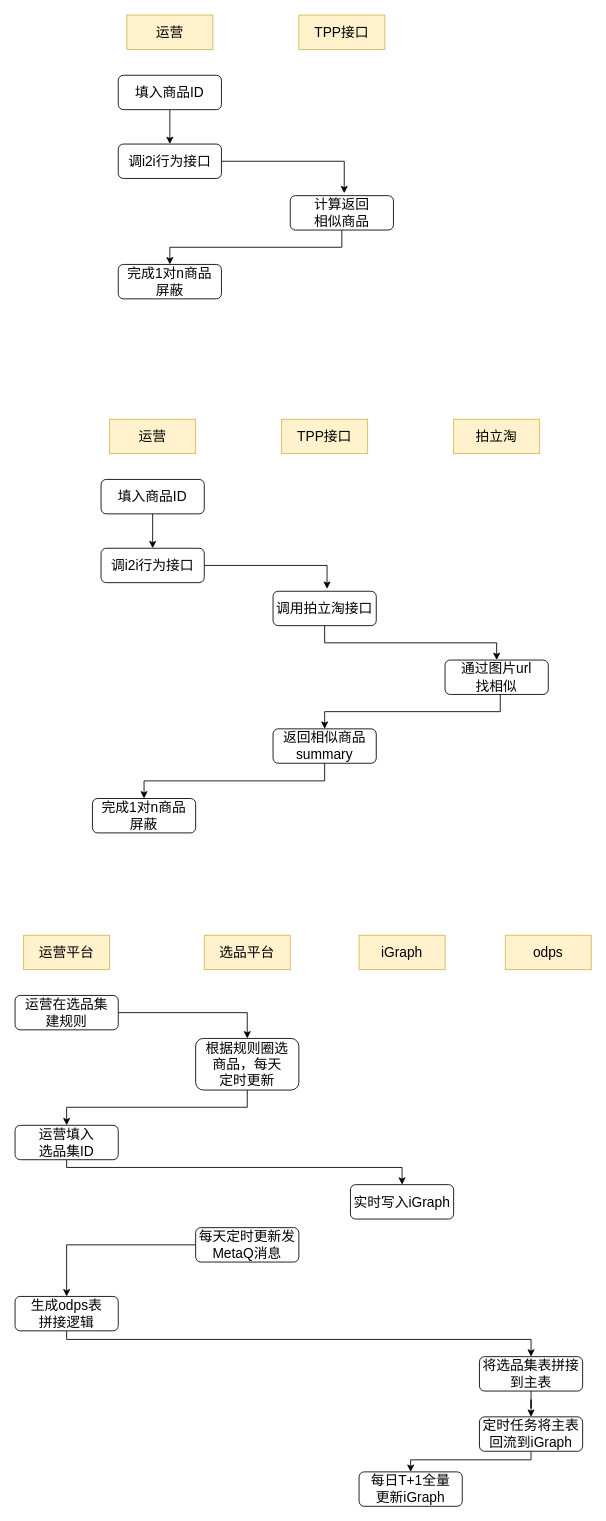
The draw.io diagram Untitled Diagram.drawio in ElioCode/gitxuexi, before the edit. Source tidied: cells renumbered, new cells numbered last; positions are measured from the earlier drawing's top-left corner, leaving out a move shared by most shapes. Both pictures are drawn from the tidied source at 86%, with x=0, y=0 at pixel (15, 15).
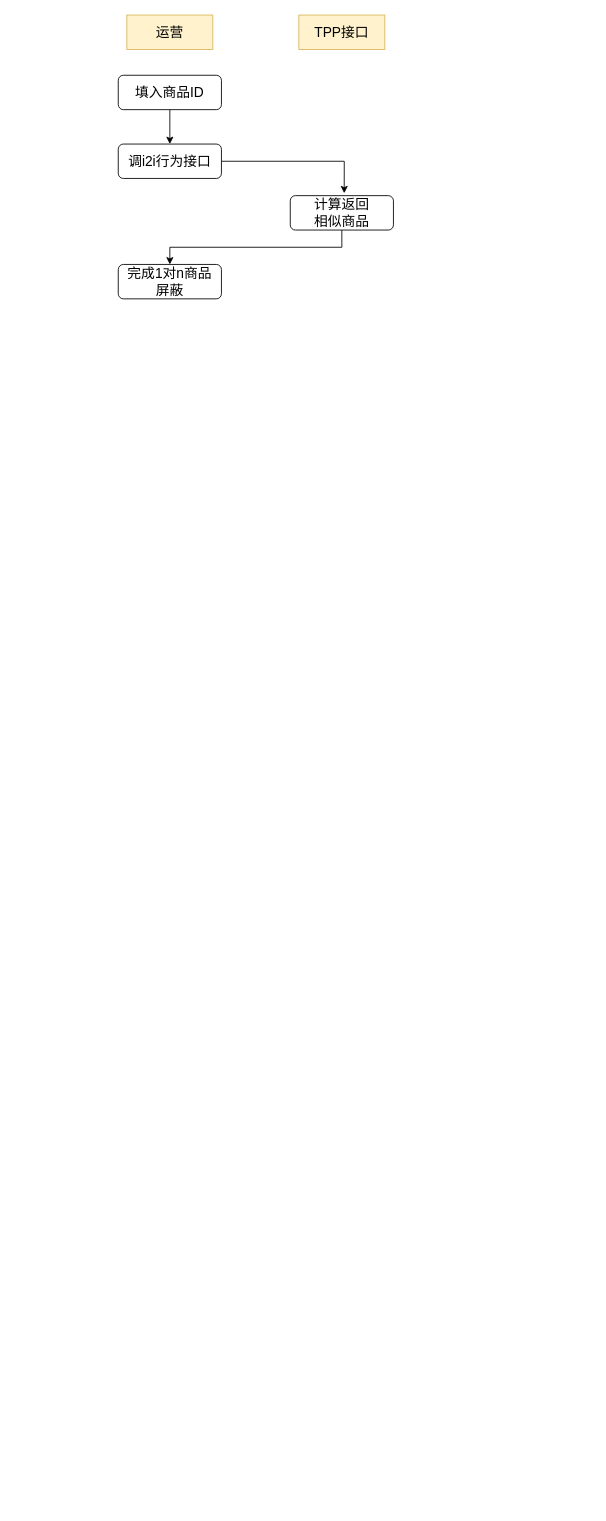
The same diagram, later.

Diff of the diagram source:
```diff
@@
-    <mxCell id="11" value="&lt;font style=&quot;font-size: 16px&quot;&gt;拍立淘&lt;/font&gt;" style="rounded=0;whiteSpace=wrap;html=1;fillColor=#fff2cc;strokeColor=#d6b656;" parent="1" vertex="1">
-      <mxGeometry x="510" y="470" width="100" height="40" as="geometry" />
-    </mxCell>
-    <mxCell id="12" style="edgeStyle=orthogonalEdgeStyle;rounded=0;jettySize=auto;html=1;exitX=0.5;exitY=1;exitDx=0;exitDy=0;entryX=0.5;entryY=0;entryDx=0;entryDy=0;" parent="1" edge="1" source="13" target="15">
-      <mxGeometry relative="1" as="geometry" />
-    </mxCell>
-    <mxCell id="13" value="&lt;font style=&quot;font-size: 16px&quot;&gt;填入商品ID&lt;/font&gt;" style="rounded=1;whiteSpace=wrap;html=1;fontSize=12;glass=0;strokeWidth=1;shadow=0;" parent="1" vertex="1">
-      <mxGeometry x="100" y="540" width="120" height="40" as="geometry" />
-    </mxCell>
-    <mxCell id="14" style="edgeStyle=orthogonalEdgeStyle;rounded=0;jettySize=auto;html=1;entryX=0.523;entryY=-0.07;entryDx=0;entryDy=0;entryPerimeter=0;" parent="1" edge="1" source="15" target="19">
-      <mxGeometry relative="1" as="geometry" />
-    </mxCell>
-    <mxCell id="15" value="&lt;font style=&quot;font-size: 16px&quot;&gt;调i2i行为接口&lt;/font&gt;" style="rounded=1;whiteSpace=wrap;html=1;fontSize=12;glass=0;strokeWidth=1;shadow=0;" parent="1" vertex="1">
-      <mxGeometry x="100" y="620" width="120" height="40" as="geometry" />
-    </mxCell>
-    <mxCell id="16" value="&lt;font style=&quot;font-size: 16px&quot;&gt;运营&lt;/font&gt;" style="rounded=0;whiteSpace=wrap;html=1;fillColor=#fff2cc;strokeColor=#d6b656;" parent="1" vertex="1">
-      <mxGeometry x="110" y="470" width="100" height="40" as="geometry" />
-    </mxCell>
-    <mxCell id="17" value="&lt;font style=&quot;font-size: 16px&quot;&gt;TPP接口&lt;/font&gt;" style="rounded=0;whiteSpace=wrap;html=1;fillColor=#fff2cc;strokeColor=#d6b656;" parent="1" vertex="1">
-      <mxGeometry x="310" y="470" width="100" height="40" as="geometry" />
-    </mxCell>
-    <mxCell id="18" style="edgeStyle=orthogonalEdgeStyle;rounded=0;jettySize=auto;html=1;exitX=0.5;exitY=1;exitDx=0;exitDy=0;" parent="1" edge="1" source="19" target="21">
-      <mxGeometry relative="1" as="geometry" />
-    </mxCell>
-    <mxCell id="19" value="&lt;span style=&quot;font-size: 16px&quot;&gt;调用拍立淘接口&lt;/span&gt;" style="rounded=1;whiteSpace=wrap;html=1;fontSize=12;glass=0;strokeWidth=1;shadow=0;" parent="1" vertex="1">
-      <mxGeometry x="300" y="670" width="120" height="40" as="geometry" />
-    </mxCell>
-    <mxCell id="20" style="edgeStyle=orthogonalEdgeStyle;rounded=0;jettySize=auto;html=1;entryX=0.5;entryY=0;entryDx=0;entryDy=0;exitX=0.535;exitY=0.989;exitDx=0;exitDy=0;exitPerimeter=0;" parent="1" edge="1" source="21" target="23">
-      <mxGeometry relative="1" as="geometry">
-        <Array as="points">
-          <mxPoint x="564" y="810" />
-          <mxPoint x="360" y="810" />
-        </Array>
-      </mxGeometry>
-    </mxCell>
-    <mxCell id="21" value="&lt;span style=&quot;font-size: 16px&quot;&gt;通过图片url&lt;br&gt;找相似&lt;/span&gt;" style="rounded=1;whiteSpace=wrap;html=1;fontSize=12;glass=0;strokeWidth=1;shadow=0;" parent="1" vertex="1">
-      <mxGeometry x="500" y="750" width="120" height="40" as="geometry" />
-    </mxCell>
-    <mxCell id="22" style="edgeStyle=orthogonalEdgeStyle;rounded=0;jettySize=auto;html=1;exitX=0.5;exitY=1;exitDx=0;exitDy=0;" parent="1" edge="1" source="23" target="24">
-      <mxGeometry relative="1" as="geometry" />
-    </mxCell>
-    <mxCell id="23" value="&lt;span style=&quot;font-size: 16px&quot;&gt;返回相似商品summary&lt;/span&gt;" style="rounded=1;whiteSpace=wrap;html=1;fontSize=12;glass=0;strokeWidth=1;shadow=0;" parent="1" vertex="1">
-      <mxGeometry x="300" y="830" width="120" height="40" as="geometry" />
-    </mxCell>
-    <mxCell id="24" value="&lt;span style=&quot;font-size: 16px&quot;&gt;完成1对n商品&lt;/span&gt;&lt;br style=&quot;font-size: 16px&quot;&gt;&lt;span style=&quot;font-size: 16px&quot;&gt;屏蔽&lt;/span&gt;" style="rounded=1;whiteSpace=wrap;html=1;fontSize=12;glass=0;strokeWidth=1;shadow=0;" parent="1" vertex="1">
-      <mxGeometry x="90" y="911" width="120" height="40" as="geometry" />
-    </mxCell>
-    <mxCell id="25" value="&lt;font style=&quot;font-size: 16px&quot;&gt;选品平台&lt;/font&gt;" style="rounded=0;whiteSpace=wrap;html=1;fillColor=#fff2cc;strokeColor=#d6b656;" parent="1" vertex="1">
-      <mxGeometry x="220" y="1070" width="100" height="40" as="geometry" />
-    </mxCell>
-    <mxCell id="26" style="edgeStyle=orthogonalEdgeStyle;rounded=0;jettySize=auto;html=1;" parent="1" edge="1" source="27" target="30">
-      <mxGeometry relative="1" as="geometry" />
-    </mxCell>
-    <mxCell id="27" value="&lt;span style=&quot;font-size: 16px&quot;&gt;运营在选品集&lt;br&gt;建规则&lt;/span&gt;" style="rounded=1;whiteSpace=wrap;html=1;fontSize=12;glass=0;strokeWidth=1;shadow=0;" parent="1" vertex="1">
-      <mxGeometry y="1140" width="120" height="40" as="geometry" />
-    </mxCell>
-    <mxCell id="28" value="&lt;font style=&quot;font-size: 16px&quot;&gt;运营平台&lt;/font&gt;" style="rounded=0;whiteSpace=wrap;html=1;fillColor=#fff2cc;strokeColor=#d6b656;" parent="1" vertex="1">
-      <mxGeometry x="10" y="1070" width="100" height="40" as="geometry" />
-    </mxCell>
-    <mxCell id="29" style="edgeStyle=orthogonalEdgeStyle;rounded=0;jettySize=auto;html=1;" parent="1" edge="1" source="30" target="32">
-      <mxGeometry relative="1" as="geometry">
-        <Array as="points">
-          <mxPoint x="270" y="1270" />
-          <mxPoint x="60" y="1270" />
-        </Array>
-      </mxGeometry>
-    </mxCell>
-    <mxCell id="30" value="&lt;font style=&quot;font-size: 16px&quot;&gt;根据规则圈选&lt;br&gt;商品，每天&lt;br&gt;定时更新&lt;/font&gt;" style="rounded=1;whiteSpace=wrap;html=1;fontSize=12;glass=0;strokeWidth=1;shadow=0;" parent="1" vertex="1">
-      <mxGeometry x="210" y="1190" width="120" height="60" as="geometry" />
-    </mxCell>
-    <mxCell id="31" style="edgeStyle=orthogonalEdgeStyle;rounded=0;jettySize=auto;html=1;" parent="1" edge="1" source="32" target="35">
-      <mxGeometry relative="1" as="geometry">
-        <Array as="points">
-          <mxPoint x="60" y="1340" />
-          <mxPoint x="450" y="1340" />
-        </Array>
-      </mxGeometry>
-    </mxCell>
-    <mxCell id="32" value="&lt;span style=&quot;font-size: 16px&quot;&gt;运营填入&lt;br&gt;选品集ID&lt;/span&gt;" style="rounded=1;whiteSpace=wrap;html=1;fontSize=12;glass=0;strokeWidth=1;shadow=0;" parent="1" vertex="1">
-      <mxGeometry y="1291" width="120" height="40" as="geometry" />
-    </mxCell>
-    <mxCell id="33" value="&lt;font style=&quot;font-size: 16px&quot;&gt;iGraph&lt;/font&gt;" style="rounded=0;whiteSpace=wrap;html=1;fillColor=#fff2cc;strokeColor=#d6b656;" parent="1" vertex="1">
-      <mxGeometry x="400" y="1070" width="100" height="40" as="geometry" />
-    </mxCell>
-    <mxCell id="34" value="&lt;font style=&quot;font-size: 16px&quot;&gt;odps&lt;/font&gt;" style="rounded=0;whiteSpace=wrap;html=1;fillColor=#fff2cc;strokeColor=#d6b656;" parent="1" vertex="1">
-      <mxGeometry x="570" y="1070" width="100" height="40" as="geometry" />
-    </mxCell>
-    <mxCell id="35" value="&lt;font style=&quot;font-size: 16px&quot;&gt;实时写入iGraph&lt;/font&gt;" style="rounded=1;whiteSpace=wrap;html=1;fontSize=12;glass=0;strokeWidth=1;shadow=0;" parent="1" vertex="1">
-      <mxGeometry x="390" y="1360" width="120" height="40" as="geometry" />
-    </mxCell>
-    <mxCell id="36" style="edgeStyle=orthogonalEdgeStyle;rounded=0;jettySize=auto;html=1;entryX=0.5;entryY=0;entryDx=0;entryDy=0;" parent="1" edge="1" source="37" target="41">
-      <mxGeometry relative="1" as="geometry" />
-    </mxCell>
-    <mxCell id="37" value="&lt;font style=&quot;font-size: 16px&quot;&gt;每天定时更新发MetaQ消息&lt;/font&gt;" style="rounded=1;whiteSpace=wrap;html=1;fontSize=12;glass=0;strokeWidth=1;shadow=0;" parent="1" vertex="1">
-      <mxGeometry x="210" y="1410" width="120" height="40" as="geometry" />
-    </mxCell>
-    <mxCell id="38" style="edgeStyle=orthogonalEdgeStyle;rounded=0;jettySize=auto;html=1;entryX=0.5;entryY=0;entryDx=0;entryDy=0;" parent="1" edge="1" source="39" target="43">
-      <mxGeometry relative="1" as="geometry" />
-    </mxCell>
-    <mxCell id="39" value="&lt;font style=&quot;font-size: 16px&quot;&gt;将选品集表拼接&lt;br&gt;到主表&lt;/font&gt;" style="rounded=1;whiteSpace=wrap;html=1;fontSize=12;glass=0;strokeWidth=1;shadow=0;" parent="1" vertex="1">
-      <mxGeometry x="540" y="1560" width="120" height="40" as="geometry" />
-    </mxCell>
-    <mxCell id="40" style="edgeStyle=orthogonalEdgeStyle;rounded=0;jettySize=auto;html=1;entryX=0.5;entryY=0;entryDx=0;entryDy=0;" parent="1" edge="1" source="41" target="39">
-      <mxGeometry relative="1" as="geometry">
-        <Array as="points">
-          <mxPoint x="60" y="1540" />
-          <mxPoint x="600" y="1540" />
-        </Array>
-      </mxGeometry>
-    </mxCell>
-    <mxCell id="41" value="&lt;span style=&quot;font-size: 16px&quot;&gt;生成odps表&lt;br&gt;拼接逻辑&lt;/span&gt;" style="rounded=1;whiteSpace=wrap;html=1;fontSize=12;glass=0;strokeWidth=1;shadow=0;" parent="1" vertex="1">
-      <mxGeometry y="1490" width="120" height="40" as="geometry" />
-    </mxCell>
-    <mxCell id="42" style="edgeStyle=orthogonalEdgeStyle;rounded=0;jettySize=auto;html=1;entryX=0.5;entryY=0;entryDx=0;entryDy=0;" parent="1" edge="1" source="43" target="44">
-      <mxGeometry relative="1" as="geometry">
-        <Array as="points">
-          <mxPoint x="600" y="1680" />
-          <mxPoint x="460" y="1680" />
-        </Array>
-      </mxGeometry>
-    </mxCell>
-    <mxCell id="43" value="&lt;span style=&quot;font-size: 16px&quot;&gt;定时任务将主表回流到iGraph&lt;/span&gt;" style="rounded=1;whiteSpace=wrap;html=1;fontSize=12;glass=0;strokeWidth=1;shadow=0;" parent="1" vertex="1">
-      <mxGeometry x="540" y="1630" width="120" height="40" as="geometry" />
-    </mxCell>
-    <mxCell id="44" value="&lt;span style=&quot;font-size: 16px&quot;&gt;每日T+1全量&lt;br&gt;更新iGraph&lt;/span&gt;" style="rounded=1;whiteSpace=wrap;html=1;fontSize=12;glass=0;strokeWidth=1;shadow=0;" parent="1" vertex="1">
-      <mxGeometry x="400" y="1694" width="120" height="40" as="geometry" />
-    </mxCell>
```
